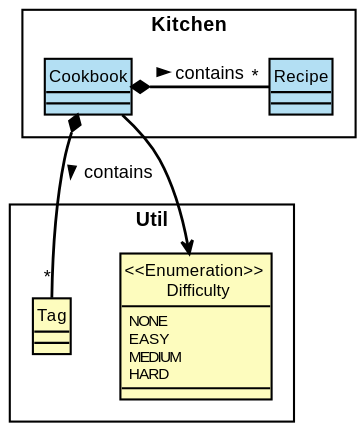
This is docs/RenderedUML/Kitchen.svg from nus-cs2113-AY2122S1/tp, a PlantUML export, as it was before one commit. Source of this version:
```plantuml
@startuml
!include Style.puml
skinparam ArrowColor black
skinparam classBorderColor black

rectangle "Util" {
    enum "<<Enumeration>> \n Difficulty" LOGIC_YELLOW_1  {
        NONE
        EASY
        MEDIUM
        HARD
    }

    class Tag LOGIC_YELLOW_1
}

rectangle "Kitchen" {
    class Cookbook LOGIC_BLUE_1
    class Recipe LOGIC_BLUE_1

    Cookbook --> "<<Enumeration>> \n Difficulty"
    Cookbook *- "*" Recipe : contains >
    Cookbook *-right-- "*" Tag : contains >
}
@enduml
```
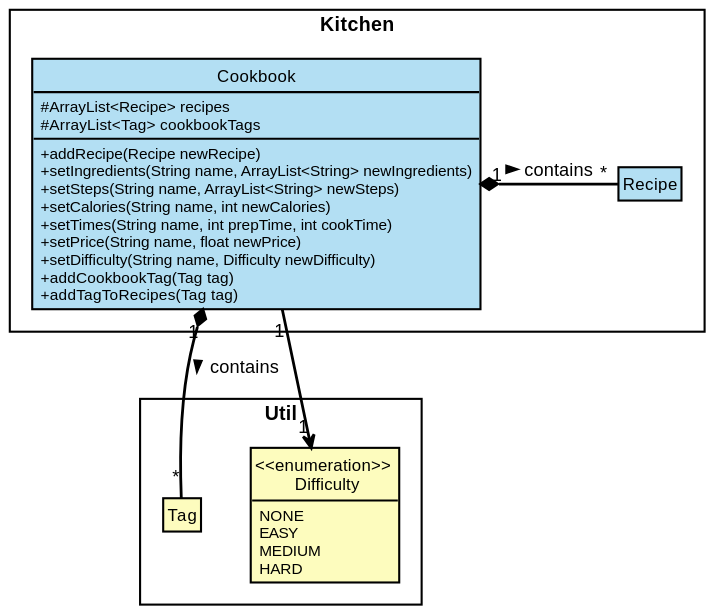
The same diagram one commit later.

The edit, as a diff of the source:
```diff
@@ -3,8 +3,11 @@
 skinparam ArrowColor black
 skinparam classBorderColor black
 
+hide empty fields
+hide empty methods
+
 rectangle "Util" {
-    enum "<<Enumeration>> \n Difficulty" LOGIC_YELLOW_1  {
+    enum "<<enumeration>> \n Difficulty" LOGIC_YELLOW_1 {
         NONE
         EASY
         MEDIUM
@@ -15,11 +18,23 @@
 }
 
 rectangle "Kitchen" {
-    class Cookbook LOGIC_BLUE_1
+    class Cookbook LOGIC_BLUE_1 {
+    #ArrayList<Recipe> recipes
+    #ArrayList<Tag> cookbookTags
+    + addRecipe(Recipe newRecipe)
+    + setIngredients(String name, ArrayList<String> newIngredients)
+    + setSteps(String name, ArrayList<String> newSteps)
+    + setCalories(String name, int newCalories)
+    + setTimes(String name, int prepTime, int cookTime)
+    + setPrice(String name, float newPrice)
+    + setDifficulty(String name, Difficulty newDifficulty)
+    + addCookbookTag(Tag tag)
+    + addTagToRecipes(Tag tag)
+    }
     class Recipe LOGIC_BLUE_1
 
-    Cookbook --> "<<Enumeration>> \n Difficulty"
-    Cookbook *- "*" Recipe : contains >
-    Cookbook *-right-- "*" Tag : contains >
+    Cookbook "1" --> "1" "<<enumeration>> \n Difficulty"
+    Cookbook "1" *- "*" Recipe : contains >
+    Cookbook "1" *-right-- "*" Tag : contains >
 }
 @enduml
```
